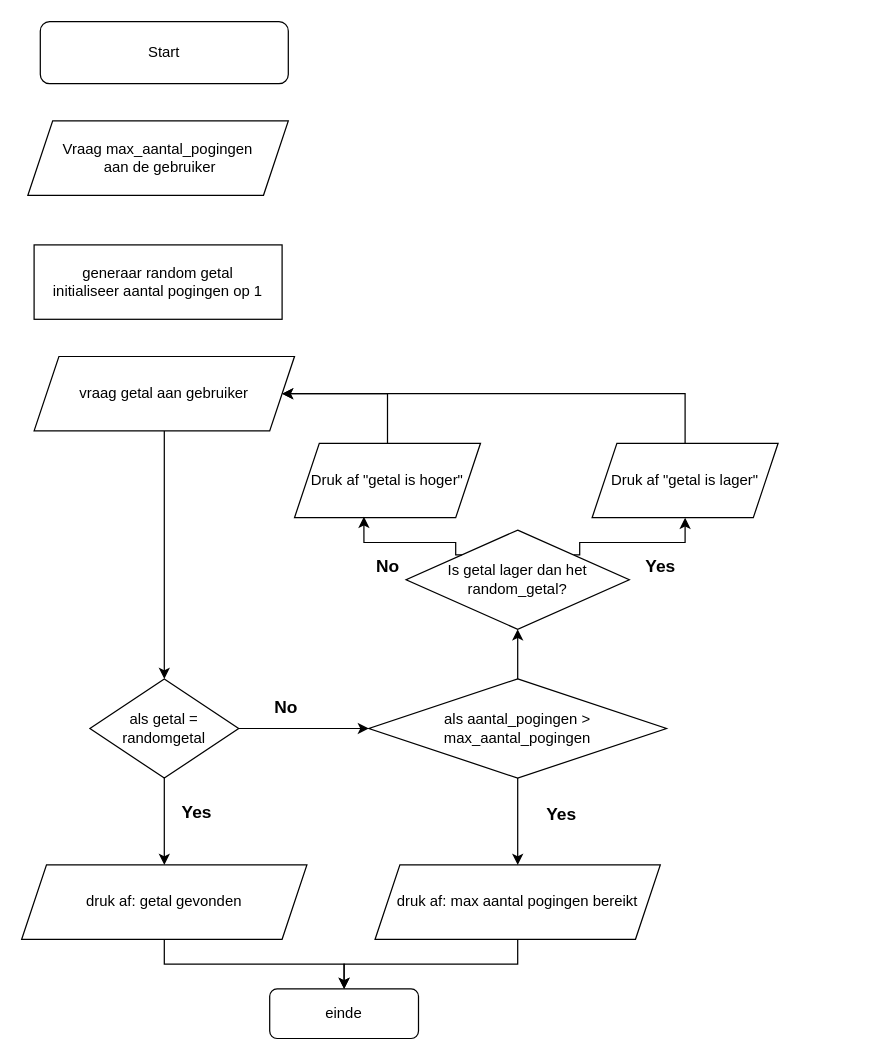
Gvandezande/DrawIO_tekeningen keeps this draw.io diagram as Uitbrediing oefening random getal.drawio. Above is the earlier version. Source tidied: cells renumbered, new cells numbered last; positions are measured from the earlier drawing's top-left corner, leaving out a move shared by most shapes. Both pictures are drawn from the tidied source at 124%, with x=0, y=0 at pixel (21, 21).
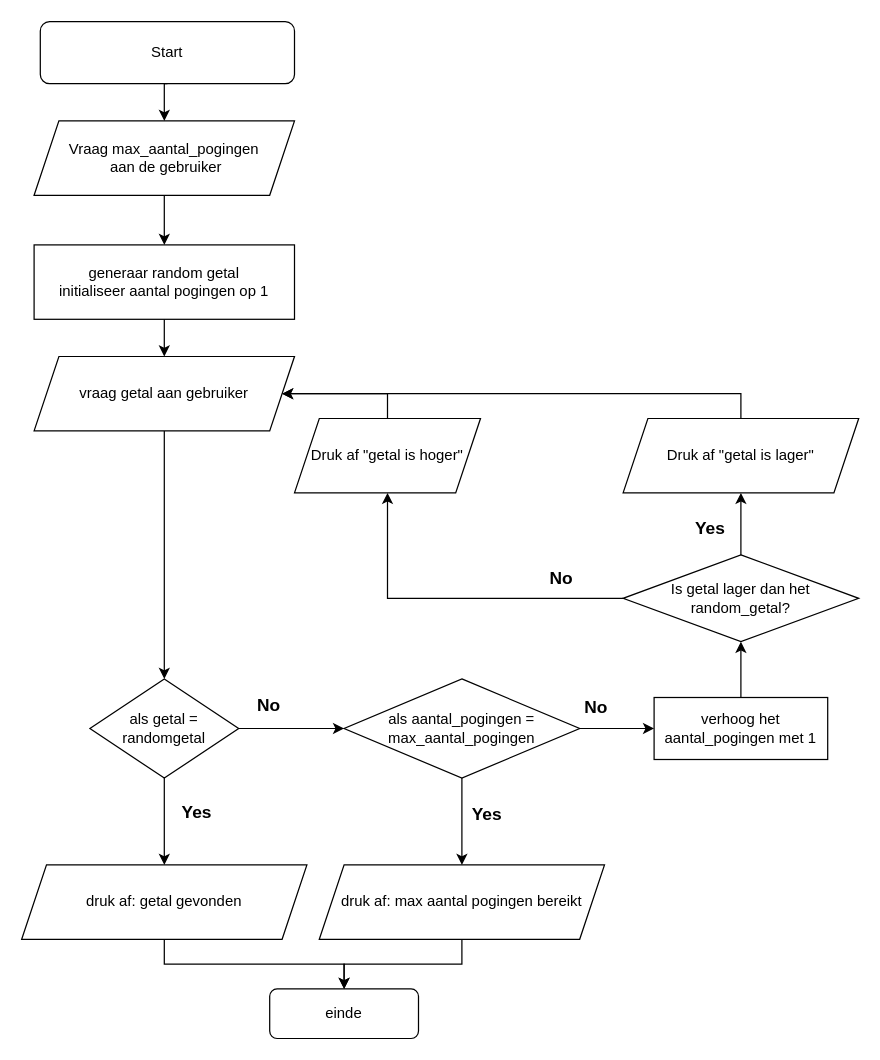
The same page after the edit.

Unchanged cells that the change refers to:
```xml
<mxCell id="13" value="vraag getal aan gebruiker" style="shape=parallelogram;perimeter=parallelogramPerimeter;whiteSpace=wrap;html=1;fixedSize=1;" parent="1" vertex="1">
  <mxGeometry x="10" y="270" width="210" height="60" as="geometry" />
</mxCell>
```

The edit, as a diff of the source:
```diff
@@
+    <mxCell id="30" style="edgeStyle=orthogonalEdgeStyle;rounded=0;jettySize=auto;html=1;exitX=0.5;exitY=1;exitDx=0;exitDy=0;entryX=0.5;entryY=0;entryDx=0;entryDy=0;" parent="1" edge="1" source="2" target="4">
+      <mxGeometry relative="1" as="geometry" />
+    </mxCell>
     <mxCell id="2" value="Start" style="rounded=1;whiteSpace=wrap;html=1;" parent="1" vertex="1">
-      <mxGeometry x="15" width="200" height="50" as="geometry" />
+      <mxGeometry x="15" width="205" height="50" as="geometry" />
     </mxCell>
+    <mxCell id="31" style="edgeStyle=orthogonalEdgeStyle;rounded=0;jettySize=auto;html=1;exitX=0.5;exitY=1;exitDx=0;exitDy=0;entryX=0.5;entryY=0;entryDx=0;entryDy=0;" parent="1" edge="1" source="3" target="13">
+      <mxGeometry relative="1" as="geometry" />
+    </mxCell>
     <mxCell id="3" value="generaar random getal&lt;div&gt;initialiseer aantal pogingen op 1&lt;/div&gt;" style="rounded=0;whiteSpace=wrap;html=1;" parent="1" vertex="1">
-      <mxGeometry x="10" y="180" width="200" height="60" as="geometry" />
+      <mxGeometry x="10" y="180" width="210" height="60" as="geometry" />
     </mxCell>
+    <mxCell id="32" style="edgeStyle=orthogonalEdgeStyle;rounded=0;jettySize=auto;html=1;exitX=0.5;exitY=1;exitDx=0;exitDy=0;entryX=0.5;entryY=0;entryDx=0;entryDy=0;" parent="1" edge="1" source="4" target="3">
+      <mxGeometry relative="1" as="geometry" />
+    </mxCell>
     <mxCell id="4" value="Vraag max_aantal_pogingen&lt;div&gt;&amp;nbsp;aan de gebruiker&lt;/div&gt;" style="shape=parallelogram;perimeter=parallelogramPerimeter;whiteSpace=wrap;html=1;fixedSize=1;" parent="1" vertex="1">
-      <mxGeometry x="5" y="80" width="210" height="60" as="geometry" />
+      <mxGeometry x="10" y="80" width="210" height="60" as="geometry" />
     </mxCell>
@@
+    <mxCell id="25" style="edgeStyle=orthogonalEdgeStyle;rounded=0;jettySize=auto;html=1;exitX=0;exitY=0.5;exitDx=0;exitDy=0;entryX=0.5;entryY=1;entryDx=0;entryDy=0;" parent="1" edge="1" source="15" target="19">
+      <mxGeometry relative="1" as="geometry" />
+    </mxCell>
-    <mxCell id="14" style="edgeStyle=orthogonalEdgeStyle;rounded=0;jettySize=auto;html=1;exitX=1;exitY=0;exitDx=0;exitDy=0;entryX=0.5;entryY=1;entryDx=0;entryDy=0;" parent="1" edge="1" source="15" target="17">
+    <mxCell id="14" style="edgeStyle=orthogonalEdgeStyle;rounded=0;jettySize=auto;html=1;exitX=0.5;exitY=0;exitDx=0;exitDy=0;entryX=0.5;entryY=1;entryDx=0;entryDy=0;" parent="1" edge="1" source="15" target="17">
       <mxGeometry relative="1" as="geometry">
         <Array as="points">
-          <mxPoint x="450" y="430" />
-          <mxPoint x="450" y="420" />
-          <mxPoint x="535" y="420" />
+          <mxPoint x="580" y="420" />
+          <mxPoint x="580" y="420" />
         </Array>
       </mxGeometry>
     </mxCell>
     <mxCell id="15" value="Is getal lager dan het random_getal?" style="rhombus;whiteSpace=wrap;html=1;" parent="1" vertex="1">
-      <mxGeometry x="310" y="410" width="180" height="80" as="geometry" />
+      <mxGeometry x="485" y="430" width="190" height="70" as="geometry" />
     </mxCell>
     <mxCell id="16" style="edgeStyle=orthogonalEdgeStyle;rounded=0;jettySize=auto;html=1;exitX=0.5;exitY=0;exitDx=0;exitDy=0;entryX=1;entryY=0.5;entryDx=0;entryDy=0;" parent="1" edge="1" source="17" target="13">
-      <mxGeometry relative="1" as="geometry">
-        <Array as="points">
-          <mxPoint x="535" y="300" />
-        </Array>
-      </mxGeometry>
+      <mxGeometry relative="1" as="geometry" />
     </mxCell>
     <mxCell id="17" value="Druk af &quot;getal is lager&quot;" style="shape=parallelogram;perimeter=parallelogramPerimeter;whiteSpace=wrap;html=1;fixedSize=1;" parent="1" vertex="1">
-      <mxGeometry x="460" y="340" width="150" height="60" as="geometry" />
+      <mxGeometry x="485" y="320" width="190" height="60" as="geometry" />
     </mxCell>
@@
     <mxCell id="19" value="Druk af &quot;getal is hoger&quot;" style="shape=parallelogram;perimeter=parallelogramPerimeter;whiteSpace=wrap;html=1;fixedSize=1;" parent="1" vertex="1">
-      <mxGeometry x="220" y="340" width="150" height="60" as="geometry" />
+      <mxGeometry x="220" y="320" width="150" height="60" as="geometry" />
     </mxCell>
-    <mxCell id="20" style="edgeStyle=orthogonalEdgeStyle;rounded=0;jettySize=auto;html=1;entryX=0.5;entryY=1;entryDx=0;entryDy=0;" parent="1" edge="1" source="22" target="15">
-      <mxGeometry relative="1" as="geometry" />
-    </mxCell>
@@
+    <mxCell id="33" style="edgeStyle=orthogonalEdgeStyle;rounded=0;jettySize=auto;html=1;exitX=1;exitY=0.5;exitDx=0;exitDy=0;entryX=0;entryY=0.5;entryDx=0;entryDy=0;" parent="1" edge="1" source="22" target="35">
+      <mxGeometry relative="1" as="geometry" />
+    </mxCell>
-    <mxCell id="22" value="als aantal_pogingen &amp;gt; max_aantal_pogingen" style="rhombus;whiteSpace=wrap;html=1;" parent="1" vertex="1">
-      <mxGeometry x="280" y="530" width="240" height="80" as="geometry" />
+    <mxCell id="22" value="als aantal_pogingen = max_aantal_pogingen" style="rhombus;whiteSpace=wrap;html=1;" parent="1" vertex="1">
+      <mxGeometry x="260" y="530" width="190" height="80" as="geometry" />
     </mxCell>
@@
     <mxCell id="24" value="druk af: max aantal pogingen bereikt" style="shape=parallelogram;perimeter=parallelogramPerimeter;whiteSpace=wrap;html=1;fixedSize=1;" parent="1" vertex="1">
-      <mxGeometry x="285" y="680" width="230" height="60" as="geometry" />
+      <mxGeometry x="240" y="680" width="230" height="60" as="geometry" />
     </mxCell>
-    <mxCell id="25" style="edgeStyle=orthogonalEdgeStyle;rounded=0;jettySize=auto;html=1;exitX=0;exitY=0;exitDx=0;exitDy=0;entryX=0.373;entryY=0.987;entryDx=0;entryDy=0;entryPerimeter=0;" parent="1" edge="1" source="15" target="19">
-      <mxGeometry relative="1" as="geometry">
-        <Array as="points">
-          <mxPoint x="350" y="430" />
-          <mxPoint x="350" y="420" />
-          <mxPoint x="276" y="420" />
-        </Array>
-      </mxGeometry>
-    </mxCell>
     <mxCell id="26" value="Yes" style="edgeLabel;html=1;align=center;verticalAlign=middle;fontStyle=1;fontSize=14;" parent="1" vertex="1">
-      <mxGeometry x="430" y="640" as="geometry">
+      <mxGeometry x="370" y="640" as="geometry">
         <mxPoint x="4" y="-2" as="offset" />
       </mxGeometry>
     </mxCell>
     <mxCell id="27" value="Yes" style="edgeLabel;html=1;align=center;verticalAlign=middle;fontStyle=1;fontSize=14;" parent="1" vertex="1">
-      <mxGeometry x="510" y="440" as="geometry">
+      <mxGeometry x="550" y="410" as="geometry">
         <mxPoint x="4" y="-2" as="offset" />
       </mxGeometry>
     </mxCell>
     <mxCell id="28" value="No" style="edgeLabel;html=1;align=center;verticalAlign=middle;fontStyle=1;fontSize=14;" parent="1" vertex="1">
-      <mxGeometry x="210" y="560" as="geometry">
+      <mxGeometry x="460" y="560" as="geometry">
         <mxPoint x="2" y="-8" as="offset" />
       </mxGeometry>
     </mxCell>
     <mxCell id="29" value="No" style="edgeLabel;html=1;align=center;verticalAlign=middle;fontStyle=1;fontSize=14;" parent="1" vertex="1">
-      <mxGeometry x="200" y="570" as="geometry">
+      <mxGeometry x="340" y="580" as="geometry">
         <mxPoint x="94" y="-132" as="offset" />
       </mxGeometry>
     </mxCell>
+    <mxCell id="34" style="edgeStyle=orthogonalEdgeStyle;rounded=0;jettySize=auto;html=1;exitX=0.5;exitY=0;exitDx=0;exitDy=0;entryX=0.5;entryY=1;entryDx=0;entryDy=0;" parent="1" edge="1" source="35" target="15">
+      <mxGeometry relative="1" as="geometry" />
+    </mxCell>
+    <mxCell id="35" value="verhoog het aantal_pogingen met 1" style="rounded=0;whiteSpace=wrap;html=1;" parent="1" vertex="1">
+      <mxGeometry x="510" y="545" width="140" height="50" as="geometry" />
+    </mxCell>
+    <mxCell id="36" value="No" style="edgeLabel;html=1;align=center;verticalAlign=middle;fontStyle=1;fontSize=14;" parent="1" vertex="1">
+      <mxGeometry x="470" y="570" as="geometry">
+        <mxPoint x="-272" y="-20" as="offset" />
+      </mxGeometry>
+    </mxCell>
```
